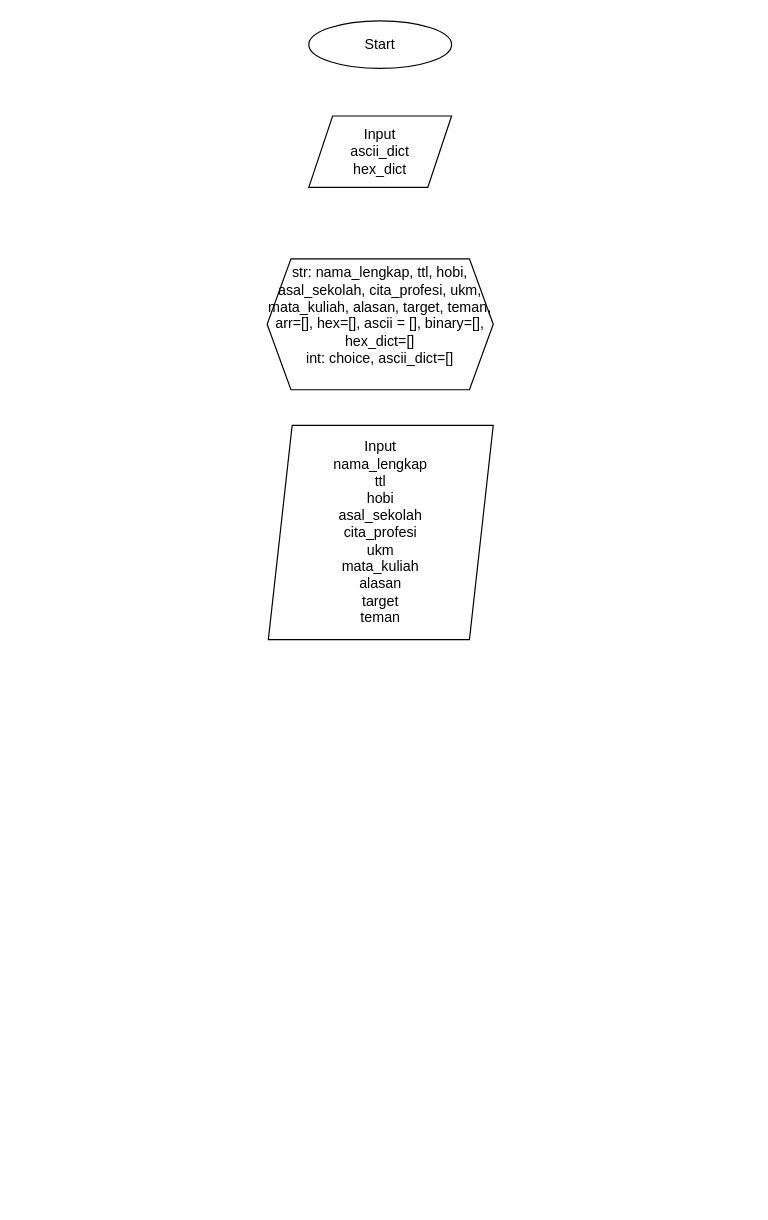
Above: page "Page-1" (1 of 2) of AFL1_arsiskom.drawio in 1nnocentia/Flowchart (draw.io), before the change. Source tidied: cells renumbered, new cells numbered last; positions are measured from the earlier drawing's top-left corner, leaving out a move shared by most shapes. Both pictures are drawn from the tidied source at 119%, with x=0, y=0 at pixel (267, 20).
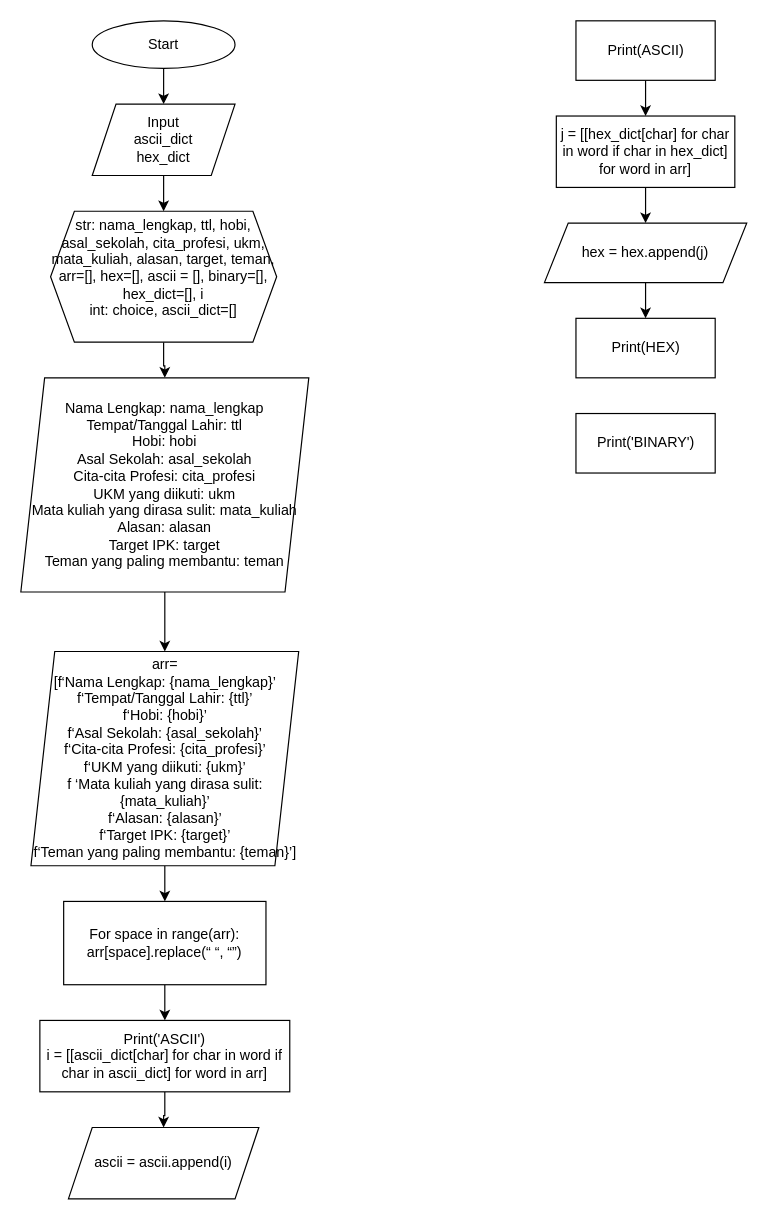
Above is the later version.

Change to the diagram source:
```diff
@@
+    <mxCell id="6" style="edgeStyle=orthogonalEdgeStyle;rounded=0;jettySize=auto;html=1;" parent="1" edge="1" source="2" target="5">
+      <mxGeometry relative="1" as="geometry" />
+    </mxCell>
     <mxCell id="2" value="Start" style="ellipse;whiteSpace=wrap;html=1;" parent="1" vertex="1">
-      <mxGeometry x="35" width="120" height="40" as="geometry" />
+      <mxGeometry x="-147" width="120" height="40" as="geometry" />
     </mxCell>
+    <mxCell id="7" style="edgeStyle=orthogonalEdgeStyle;rounded=0;jettySize=auto;html=1;" parent="1" edge="1" source="3" target="4">
+      <mxGeometry relative="1" as="geometry" />
+    </mxCell>
-    <mxCell id="3" value="&lt;div&gt;str: nama_lengkap, ttl, hobi, asal_sekolah, cita_profesi, ukm, mata_kuliah, alasan, target, teman, arr=[], hex=[], ascii = [], binary=[], hex_dict=[]&lt;/div&gt;&lt;div&gt;int: choice, ascii_dict=[]&lt;/div&gt;&lt;div&gt;&lt;br&gt;&lt;/div&gt;" style="shape=hexagon;perimeter=hexagonPerimeter2;whiteSpace=wrap;html=1;fixedSize=1;" parent="1" vertex="1">
-      <mxGeometry y="200" width="190" height="110" as="geometry" />
+    <mxCell id="3" value="&lt;div&gt;str: nama_lengkap, ttl, hobi, asal_sekolah, cita_profesi, ukm, mata_kuliah, alasan, target, teman, arr=[], hex=[], ascii = [], binary=[], hex_dict=[], i&lt;/div&gt;&lt;div&gt;int: choice, ascii_dict=[]&lt;/div&gt;&lt;div&gt;&lt;br&gt;&lt;/div&gt;" style="shape=hexagon;perimeter=hexagonPerimeter2;whiteSpace=wrap;html=1;fixedSize=1;" parent="1" vertex="1">
+      <mxGeometry x="-182" y="160" width="190" height="110" as="geometry" />
     </mxCell>
+    <mxCell id="8" style="edgeStyle=orthogonalEdgeStyle;rounded=0;jettySize=auto;html=1;" parent="1" edge="1" source="4" target="11">
+      <mxGeometry relative="1" as="geometry" />
+    </mxCell>
-    <mxCell id="4" value="Input&lt;div&gt;nama_lengkap&lt;/div&gt;&lt;div&gt;ttl&lt;/div&gt;&lt;div&gt;hobi&lt;/div&gt;&lt;div&gt;asal_sekolah&lt;/div&gt;&lt;div&gt;cita_profesi&lt;/div&gt;&lt;div&gt;ukm&lt;/div&gt;&lt;div&gt;mata_kuliah&lt;/div&gt;&lt;div&gt;alasan&lt;/div&gt;&lt;div&gt;target&lt;/div&gt;&lt;div&gt;teman&lt;/div&gt;" style="shape=parallelogram;perimeter=parallelogramPerimeter;whiteSpace=wrap;html=1;fixedSize=1;" parent="1" vertex="1">
-      <mxGeometry x="1" y="340" width="189" height="180" as="geometry" />
+    <mxCell id="4" value="&lt;div&gt;Nama Lengkap: nama_lengkap&lt;/div&gt;&lt;div&gt;Tempat/Tanggal Lahir: ttl&lt;/div&gt;&lt;div&gt;Hobi: hobi&lt;/div&gt;&lt;div&gt;Asal Sekolah: asal_sekolah&lt;/div&gt;&lt;div&gt;Cita-cita Profesi: cita_profesi&lt;/div&gt;&lt;div&gt;UKM yang diikuti: ukm&lt;/div&gt;&lt;div&gt;Mata kuliah yang dirasa sulit: mata_kuliah&lt;/div&gt;&lt;div&gt;Alasan: alasan&lt;/div&gt;&lt;div&gt;Target IPK: target&lt;/div&gt;&lt;div&gt;Teman yang paling membantu: teman&lt;/div&gt;" style="shape=parallelogram;perimeter=parallelogramPerimeter;whiteSpace=wrap;html=1;fixedSize=1;" parent="1" vertex="1">
+      <mxGeometry x="-207" y="300" width="242" height="180" as="geometry" />
     </mxCell>
+    <mxCell id="9" style="edgeStyle=orthogonalEdgeStyle;rounded=0;jettySize=auto;html=1;" parent="1" edge="1" source="5" target="3">
+      <mxGeometry relative="1" as="geometry" />
+    </mxCell>
     <mxCell id="5" value="Input&lt;div&gt;ascii_dict&lt;/div&gt;&lt;div&gt;hex_dict&lt;/div&gt;" style="shape=parallelogram;perimeter=parallelogramPerimeter;whiteSpace=wrap;html=1;fixedSize=1;" parent="1" vertex="1">
-      <mxGeometry x="35" y="80" width="120" height="60" as="geometry" />
+      <mxGeometry x="-147" y="70" width="120" height="60" as="geometry" />
     </mxCell>
+    <mxCell id="10" style="edgeStyle=orthogonalEdgeStyle;rounded=0;jettySize=auto;html=1;" parent="1" edge="1" source="11" target="13">
+      <mxGeometry relative="1" as="geometry" />
+    </mxCell>
+    <mxCell id="11" value="arr=&#10;[f‘Nama Lengkap: {nama_lengkap}’&#10;f‘Tempat/Tanggal Lahir: {ttl}’&#10;f‘Hobi: {hobi}’&#10;f‘Asal Sekolah: {asal_sekolah}’&#10;f‘Cita-cita Profesi: {cita_profesi}’&#10;f‘UKM yang diikuti: {ukm}’&#10;f ‘Mata kuliah yang dirasa sulit: {mata_kuliah}’&#10;f‘Alasan: {alasan}’&#10;f‘Target IPK: {target}’&#10;f‘Teman yang paling membantu: {teman}’]" style="shape=parallelogram;perimeter=parallelogramPerimeter;whiteSpace=wrap;html=1;fixedSize=1;" parent="1" vertex="1">
+      <mxGeometry x="-198.5" y="530" width="225" height="180" as="geometry" />
+    </mxCell>
+    <mxCell id="12" style="edgeStyle=orthogonalEdgeStyle;rounded=0;jettySize=auto;html=1;" parent="1" edge="1" source="13" target="15">
+      <mxGeometry relative="1" as="geometry" />
+    </mxCell>
+    <mxCell id="13" value="For space in range(arr):&#10;arr[space].replace(“ “, “”)" style="rounded=0;whiteSpace=wrap;html=1;" parent="1" vertex="1">
+      <mxGeometry x="-171" y="740" width="170" height="70" as="geometry" />
+    </mxCell>
+    <mxCell id="14" style="edgeStyle=orthogonalEdgeStyle;rounded=0;jettySize=auto;html=1;" parent="1" edge="1" source="15" target="16">
+      <mxGeometry relative="1" as="geometry" />
+    </mxCell>
+    <mxCell id="15" value="Print('ASCII')&lt;div&gt;i = [[ascii_dict[char] for char in word if char in ascii_dict] for word in arr]&lt;/div&gt;" style="rounded=0;whiteSpace=wrap;html=1;" parent="1" vertex="1">
+      <mxGeometry x="-191" y="840" width="210" height="60" as="geometry" />
+    </mxCell>
+    <mxCell id="16" value="ascii = ascii.append(i)" style="shape=parallelogram;perimeter=parallelogramPerimeter;whiteSpace=wrap;html=1;fixedSize=1;" parent="1" vertex="1">
+      <mxGeometry x="-167" y="930" width="160" height="60" as="geometry" />
+    </mxCell>
+    <mxCell id="17" style="edgeStyle=orthogonalEdgeStyle;rounded=0;jettySize=auto;html=1;" parent="1" edge="1" source="18" target="20">
+      <mxGeometry relative="1" as="geometry" />
+    </mxCell>
+    <mxCell id="18" value="j = [[hex_dict[char] for char in word if char in hex_dict] for word in arr]" style="rounded=0;whiteSpace=wrap;html=1;" parent="1" vertex="1">
+      <mxGeometry x="243" y="80" width="150" height="60" as="geometry" />
+    </mxCell>
+    <mxCell id="19" style="edgeStyle=orthogonalEdgeStyle;rounded=0;jettySize=auto;html=1;" parent="1" edge="1" source="20" target="23">
+      <mxGeometry relative="1" as="geometry" />
+    </mxCell>
+    <mxCell id="20" value="hex = hex.append(j)" style="shape=parallelogram;perimeter=parallelogramPerimeter;whiteSpace=wrap;html=1;fixedSize=1;" parent="1" vertex="1">
+      <mxGeometry x="233" y="170" width="170" height="50" as="geometry" />
+    </mxCell>
+    <mxCell id="21" style="edgeStyle=orthogonalEdgeStyle;rounded=0;jettySize=auto;html=1;" parent="1" edge="1" source="22" target="18">
+      <mxGeometry relative="1" as="geometry" />
+    </mxCell>
+    <mxCell id="22" value="Print(ASCII)" style="rounded=0;whiteSpace=wrap;html=1;" parent="1" vertex="1">
+      <mxGeometry x="259.5" width="117" height="50" as="geometry" />
+    </mxCell>
+    <mxCell id="23" value="Print(HEX)" style="rounded=0;whiteSpace=wrap;html=1;" parent="1" vertex="1">
+      <mxGeometry x="259.5" y="250" width="117" height="50" as="geometry" />
+    </mxCell>
+    <mxCell id="24" value="Print('BINARY')" style="rounded=0;whiteSpace=wrap;html=1;" parent="1" vertex="1">
+      <mxGeometry x="259.5" y="330" width="117" height="50" as="geometry" />
+    </mxCell>
```
